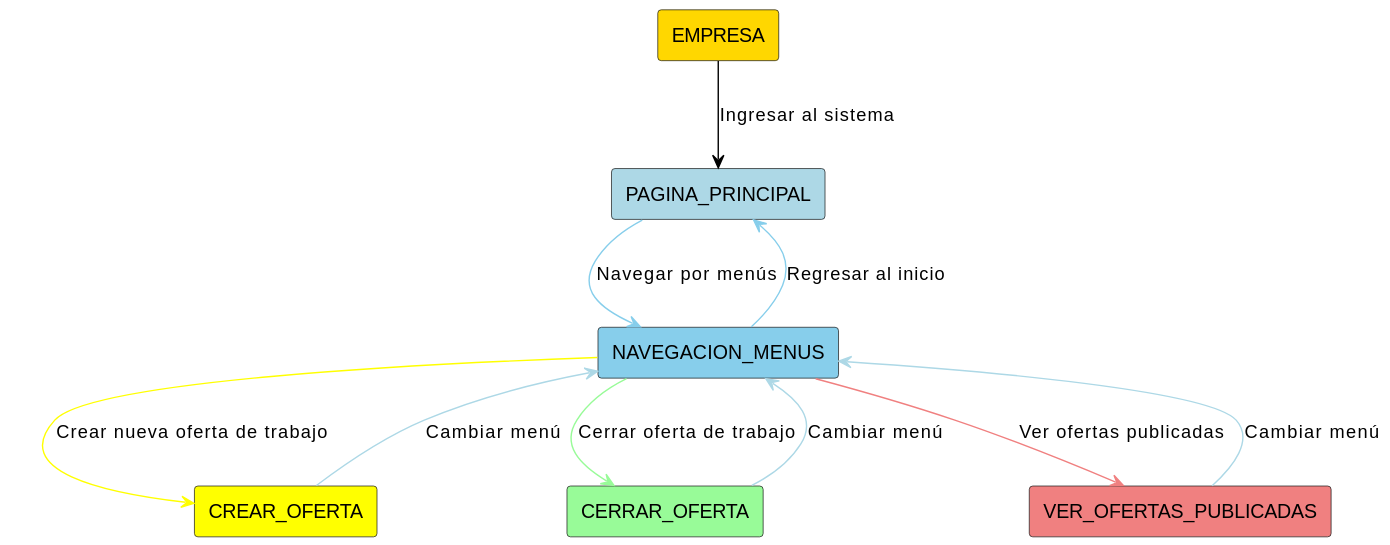
Above: modelosUML/CasosDeUso/Imagenes/svg/DiagramasContexto/ContextoEmpresa.svg in mmasias/24-25-IdSw1-SDR (PlantUML), before the change.
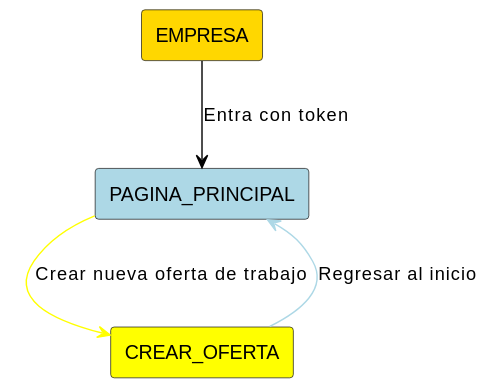
Later version of the same file.

Diff of the diagram source:
```diff
@@ -3,21 +3,12 @@
 
 RECTANGLE(EMPRESA) #Gold
 RECTANGLE(PAGINA_PRINCIPAL) #LightBlue
-RECTANGLE(NAVEGACION_MENUS) #SkyBlue
+RECTANGLE(CREAR_OFERTA) #Yellow
 
-RECTANGLE(CREAR_OFERTA) #Yellow
-RECTANGLE(CERRAR_OFERTA) #PaleGreen
-RECTANGLE(VER_OFERTAS_PUBLICADAS) #LightCoral
 
-EMPRESA -[#Black]-> PAGINA_PRINCIPAL : Ingresar al sistema
-PAGINA_PRINCIPAL -[#SkyBlue]-> NAVEGACION_MENUS : Navegar por menús
-NAVEGACION_MENUS -[#SkyBlue]-> PAGINA_PRINCIPAL : Regresar al inicio
+EMPRESA -[#Black]-> PAGINA_PRINCIPAL : Entra con token
+PAGINA_PRINCIPAL -[#Yellow]-> CREAR_OFERTA : Crear nueva oferta de trabajo
 
-NAVEGACION_MENUS -[#Yellow]-> CREAR_OFERTA : Crear nueva oferta de trabajo
-NAVEGACION_MENUS -[#PaleGreen]-> CERRAR_OFERTA : Cerrar oferta de trabajo
-NAVEGACION_MENUS -[#LightCoral]-> VER_OFERTAS_PUBLICADAS : Ver ofertas publicadas
 
-CREAR_OFERTA -[#LightBlue]-> NAVEGACION_MENUS : Cambiar menú
-CERRAR_OFERTA -[#LightBlue]-> NAVEGACION_MENUS : Cambiar menú
-VER_OFERTAS_PUBLICADAS -[#LightBlue]-> NAVEGACION_MENUS : Cambiar menú
+CREAR_OFERTA -[#LightBlue]-> PAGINA_PRINCIPAL : Regresar al inicio
 @enduml
```
